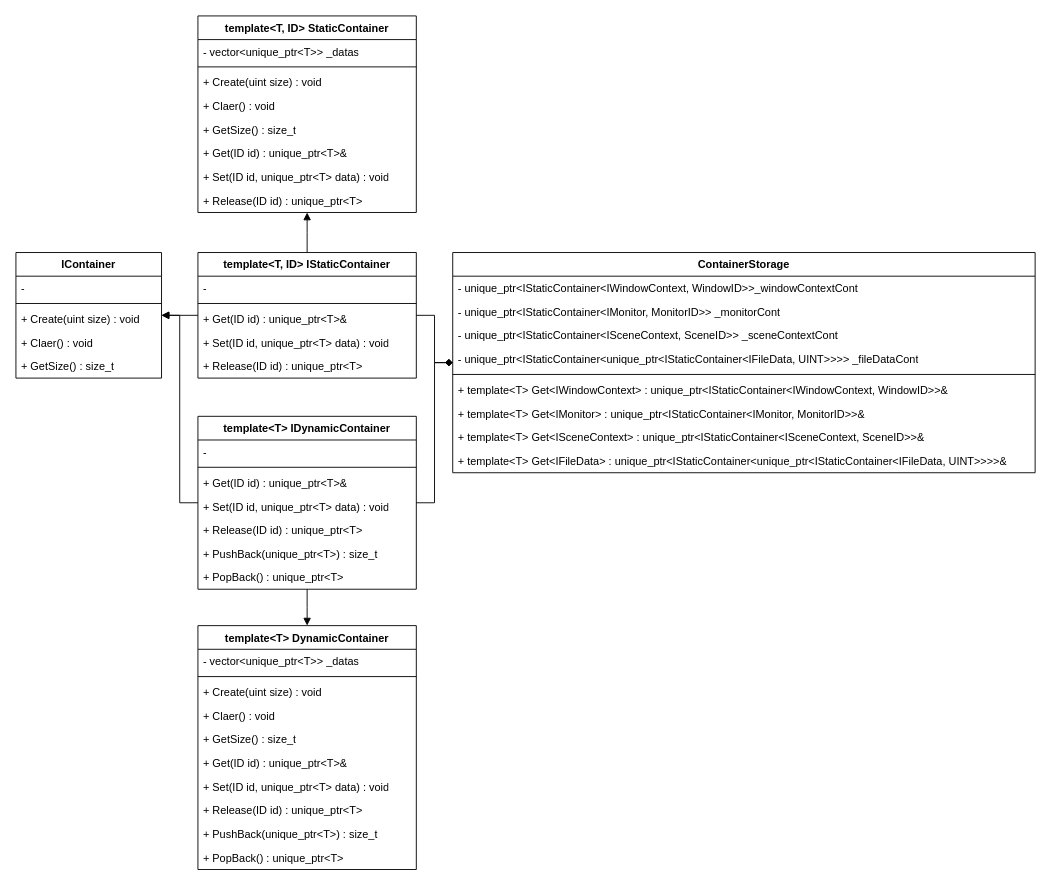
Tanso-mct/Minecraft-DirectX keeps this draw.io diagram as page "Container" (1 of 7) of docs/module/class.drawio. Above is the earlier version. Source tidied: cells renumbered, new cells numbered last; positions are measured from the earlier drawing's top-left corner, leaving out a move shared by most shapes. Both pictures are drawn from the tidied source at 91%, with x=0, y=0 at pixel (15, 15).
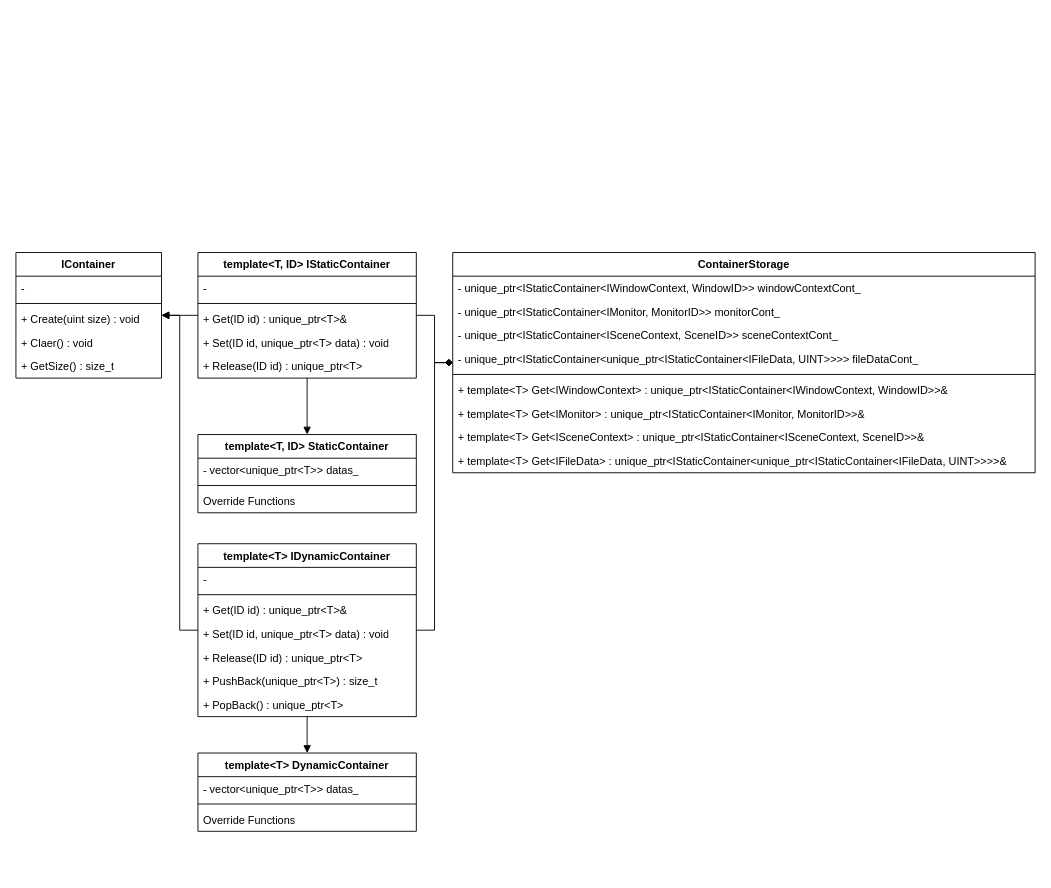
The same diagram, later.

Unchanged cells that the change refers to:
```xml
<mxCell id="2" value="ContainerStorage" style="swimlane;fontStyle=1;align=center;verticalAlign=top;horizontal=1;startSize=26;whiteSpace=wrap;html=1;" parent="1" vertex="1">
  <mxGeometry x="480" y="260" width="640" height="242" as="geometry" />
</mxCell>
```

What changed in the source:
```diff
@@
-    <mxCell id="3" value="- unique_ptr&amp;lt;IStaticContainer&amp;lt;IWindowContext, WindowID&amp;gt;&amp;gt;_windowContextCont" style="text;strokeColor=none;fillColor=none;align=left;verticalAlign=top;spacingLeft=4;spacingRight=4;overflow=hidden;whiteSpace=wrap;html=1;" parent="2" vertex="1">
+    <mxCell id="3" value="- unique_ptr&amp;lt;IStaticContainer&amp;lt;IWindowContext, WindowID&amp;gt;&amp;gt; windowContextCont_" style="text;strokeColor=none;fillColor=none;align=left;verticalAlign=top;spacingLeft=4;spacingRight=4;overflow=hidden;whiteSpace=wrap;html=1;" parent="2" vertex="1">
       <mxGeometry y="26" width="640" height="26" as="geometry" />
     </mxCell>
-    <mxCell id="4" value="- unique_ptr&amp;lt;IStaticContainer&amp;lt;IMonitor, MonitorID&amp;gt;&amp;gt; _monitorCont" style="text;strokeColor=none;fillColor=none;align=left;verticalAlign=top;spacingLeft=4;spacingRight=4;overflow=hidden;whiteSpace=wrap;html=1;" parent="2" vertex="1">
+    <mxCell id="4" value="- unique_ptr&amp;lt;IStaticContainer&amp;lt;IMonitor, MonitorID&amp;gt;&amp;gt; monitorCont_" style="text;strokeColor=none;fillColor=none;align=left;verticalAlign=top;spacingLeft=4;spacingRight=4;overflow=hidden;whiteSpace=wrap;html=1;" parent="2" vertex="1">
       <mxGeometry y="52" width="640" height="26" as="geometry" />
     </mxCell>
-    <mxCell id="5" value="- unique_ptr&amp;lt;IStaticContainer&amp;lt;ISceneContext, SceneID&amp;gt;&amp;gt; _sceneContextCont" style="text;strokeColor=none;fillColor=none;align=left;verticalAlign=top;spacingLeft=4;spacingRight=4;overflow=hidden;whiteSpace=wrap;html=1;" parent="2" vertex="1">
+    <mxCell id="5" value="- unique_ptr&amp;lt;IStaticContainer&amp;lt;ISceneContext, SceneID&amp;gt;&amp;gt; sceneContextCont_" style="text;strokeColor=none;fillColor=none;align=left;verticalAlign=top;spacingLeft=4;spacingRight=4;overflow=hidden;whiteSpace=wrap;html=1;" parent="2" vertex="1">
       <mxGeometry y="78" width="640" height="26" as="geometry" />
     </mxCell>
-    <mxCell id="6" value="- unique_ptr&amp;lt;IStaticContainer&amp;lt;unique_ptr&amp;lt;IStaticContainer&amp;lt;IFileData, UINT&amp;gt;&amp;gt;&amp;gt;&amp;gt; _fileDataCont" style="text;strokeColor=none;fillColor=none;align=left;verticalAlign=top;spacingLeft=4;spacingRight=4;overflow=hidden;whiteSpace=wrap;html=1;" parent="2" vertex="1">
+    <mxCell id="6" value="- unique_ptr&amp;lt;IStaticContainer&amp;lt;unique_ptr&amp;lt;IStaticContainer&amp;lt;IFileData, UINT&amp;gt;&amp;gt;&amp;gt;&amp;gt; fileDataCont_" style="text;strokeColor=none;fillColor=none;align=left;verticalAlign=top;spacingLeft=4;spacingRight=4;overflow=hidden;whiteSpace=wrap;html=1;" parent="2" vertex="1">
       <mxGeometry y="104" width="640" height="26" as="geometry" />
     </mxCell>
@@
     <mxCell id="30" value="template&amp;lt;T&amp;gt; IDynamicContainer" style="swimlane;fontStyle=1;align=center;verticalAlign=top;horizontal=1;startSize=26;whiteSpace=wrap;html=1;" parent="1" vertex="1">
-      <mxGeometry x="200" y="440" width="240" height="190" as="geometry" />
+      <mxGeometry x="200" y="580" width="240" height="190" as="geometry" />
     </mxCell>
@@
     <mxCell id="38" value="template&amp;lt;T, ID&amp;gt; StaticContainer" style="swimlane;fontStyle=1;align=center;verticalAlign=top;horizontal=1;startSize=26;whiteSpace=wrap;html=1;" parent="1" vertex="1">
-      <mxGeometry x="200" width="240" height="216" as="geometry" />
+      <mxGeometry x="200" y="460" width="240" height="86" as="geometry" />
     </mxCell>
-    <mxCell id="39" value="- vector&amp;lt;unique_ptr&amp;lt;T&amp;gt;&amp;gt; _datas" style="text;strokeColor=none;fillColor=none;align=left;verticalAlign=top;spacingLeft=4;spacingRight=4;overflow=hidden;whiteSpace=wrap;html=1;" parent="38" vertex="1">
+    <mxCell id="39" value="- vector&amp;lt;unique_ptr&amp;lt;T&amp;gt;&amp;gt; datas_" style="text;strokeColor=none;fillColor=none;align=left;verticalAlign=top;spacingLeft=4;spacingRight=4;overflow=hidden;whiteSpace=wrap;html=1;" parent="38" vertex="1">
       <mxGeometry y="26" width="240" height="26" as="geometry" />
     </mxCell>
@@
-    <mxCell id="41" value="+ Create(uint size) : void" style="text;strokeColor=none;fillColor=none;align=left;verticalAlign=top;spacingLeft=4;spacingRight=4;overflow=hidden;whiteSpace=wrap;html=1;" parent="38" vertex="1">
-      <mxGeometry y="60" width="240" height="26" as="geometry" />
-    </mxCell>
-    <mxCell id="42" value="+ Claer() : void" style="text;strokeColor=none;fillColor=none;align=left;verticalAlign=top;spacingLeft=4;spacingRight=4;overflow=hidden;whiteSpace=wrap;html=1;" parent="38" vertex="1">
-      <mxGeometry y="86" width="240" height="26" as="geometry" />
-    </mxCell>
-    <mxCell id="43" value="+ GetSize() : size_t" style="text;strokeColor=none;fillColor=none;align=left;verticalAlign=top;spacingLeft=4;spacingRight=4;overflow=hidden;whiteSpace=wrap;html=1;" parent="38" vertex="1">
-      <mxGeometry y="112" width="240" height="26" as="geometry" />
-    </mxCell>
-    <mxCell id="44" value="+ Get(ID id) : unique_ptr&amp;lt;T&amp;gt;&amp;amp;" style="text;strokeColor=none;fillColor=none;align=left;verticalAlign=top;spacingLeft=4;spacingRight=4;overflow=hidden;whiteSpace=wrap;html=1;" parent="38" vertex="1">
-      <mxGeometry y="138" width="240" height="26" as="geometry" />
+    <mxCell id="44" value="Override Functions" style="text;strokeColor=none;fillColor=none;align=left;verticalAlign=top;spacingLeft=4;spacingRight=4;overflow=hidden;whiteSpace=wrap;html=1;" parent="38" vertex="1">
+      <mxGeometry y="60" width="240" height="26" as="geometry" />
     </mxCell>
-    <mxCell id="45" value="+ Set(ID id, unique_ptr&amp;lt;T&amp;gt; data) : void" style="text;strokeColor=none;fillColor=none;align=left;verticalAlign=top;spacingLeft=4;spacingRight=4;overflow=hidden;whiteSpace=wrap;html=1;" parent="38" vertex="1">
-      <mxGeometry y="164" width="240" height="26" as="geometry" />
-    </mxCell>
-    <mxCell id="46" value="+ Release(ID id) : unique_ptr&amp;lt;T&amp;gt;" style="text;strokeColor=none;fillColor=none;align=left;verticalAlign=top;spacingLeft=4;spacingRight=4;overflow=hidden;whiteSpace=wrap;html=1;" parent="38" vertex="1">
-      <mxGeometry y="190" width="240" height="26" as="geometry" />
-    </mxCell>
     <mxCell id="47" value="template&amp;lt;T&amp;gt; DynamicContainer" style="swimlane;fontStyle=1;align=center;verticalAlign=top;horizontal=1;startSize=26;whiteSpace=wrap;html=1;" parent="1" vertex="1">
-      <mxGeometry x="200" y="670" width="240" height="268" as="geometry" />
+      <mxGeometry x="200" y="810" width="240" height="86" as="geometry" />
     </mxCell>
-    <mxCell id="48" value="- vector&amp;lt;unique_ptr&amp;lt;T&amp;gt;&amp;gt; _datas" style="text;strokeColor=none;fillColor=none;align=left;verticalAlign=top;spacingLeft=4;spacingRight=4;overflow=hidden;whiteSpace=wrap;html=1;" parent="47" vertex="1">
+    <mxCell id="48" value="- vector&amp;lt;unique_ptr&amp;lt;T&amp;gt;&amp;gt; datas_" style="text;strokeColor=none;fillColor=none;align=left;verticalAlign=top;spacingLeft=4;spacingRight=4;overflow=hidden;whiteSpace=wrap;html=1;" parent="47" vertex="1">
       <mxGeometry y="26" width="240" height="26" as="geometry" />
     </mxCell>
@@
-    <mxCell id="50" value="+ Create(uint size) : void" style="text;strokeColor=none;fillColor=none;align=left;verticalAlign=top;spacingLeft=4;spacingRight=4;overflow=hidden;whiteSpace=wrap;html=1;" parent="47" vertex="1">
+    <mxCell id="50" value="Override Functions" style="text;strokeColor=none;fillColor=none;align=left;verticalAlign=top;spacingLeft=4;spacingRight=4;overflow=hidden;whiteSpace=wrap;html=1;" parent="47" vertex="1">
       <mxGeometry y="60" width="240" height="26" as="geometry" />
     </mxCell>
-    <mxCell id="51" value="+ Claer() : void" style="text;strokeColor=none;fillColor=none;align=left;verticalAlign=top;spacingLeft=4;spacingRight=4;overflow=hidden;whiteSpace=wrap;html=1;" parent="47" vertex="1">
-      <mxGeometry y="86" width="240" height="26" as="geometry" />
-    </mxCell>
-    <mxCell id="52" value="+ GetSize() : size_t" style="text;strokeColor=none;fillColor=none;align=left;verticalAlign=top;spacingLeft=4;spacingRight=4;overflow=hidden;whiteSpace=wrap;html=1;" parent="47" vertex="1">
-      <mxGeometry y="112" width="240" height="26" as="geometry" />
-    </mxCell>
-    <mxCell id="53" value="+ Get(ID id) : unique_ptr&amp;lt;T&amp;gt;&amp;amp;" style="text;strokeColor=none;fillColor=none;align=left;verticalAlign=top;spacingLeft=4;spacingRight=4;overflow=hidden;whiteSpace=wrap;html=1;" parent="47" vertex="1">
-      <mxGeometry y="138" width="240" height="26" as="geometry" />
-    </mxCell>
-    <mxCell id="54" value="+ Set(ID id, unique_ptr&amp;lt;T&amp;gt; data) : void" style="text;strokeColor=none;fillColor=none;align=left;verticalAlign=top;spacingLeft=4;spacingRight=4;overflow=hidden;whiteSpace=wrap;html=1;" parent="47" vertex="1">
-      <mxGeometry y="164" width="240" height="26" as="geometry" />
-    </mxCell>
-    <mxCell id="55" value="+ Release(ID id) : unique_ptr&amp;lt;T&amp;gt;" style="text;strokeColor=none;fillColor=none;align=left;verticalAlign=top;spacingLeft=4;spacingRight=4;overflow=hidden;whiteSpace=wrap;html=1;" parent="47" vertex="1">
-      <mxGeometry y="190" width="240" height="26" as="geometry" />
-    </mxCell>
-    <mxCell id="56" value="+ PushBack(unique_ptr&amp;lt;T&amp;gt;) : size_t" style="text;strokeColor=none;fillColor=none;align=left;verticalAlign=top;spacingLeft=4;spacingRight=4;overflow=hidden;whiteSpace=wrap;html=1;" parent="47" vertex="1">
-      <mxGeometry y="216" width="240" height="26" as="geometry" />
-    </mxCell>
-    <mxCell id="57" value="+ PopBack() : unique_ptr&amp;lt;T&amp;gt;" style="text;strokeColor=none;fillColor=none;align=left;verticalAlign=top;spacingLeft=4;spacingRight=4;overflow=hidden;whiteSpace=wrap;html=1;" parent="47" vertex="1">
-      <mxGeometry y="242" width="240" height="26" as="geometry" />
-    </mxCell>
```
